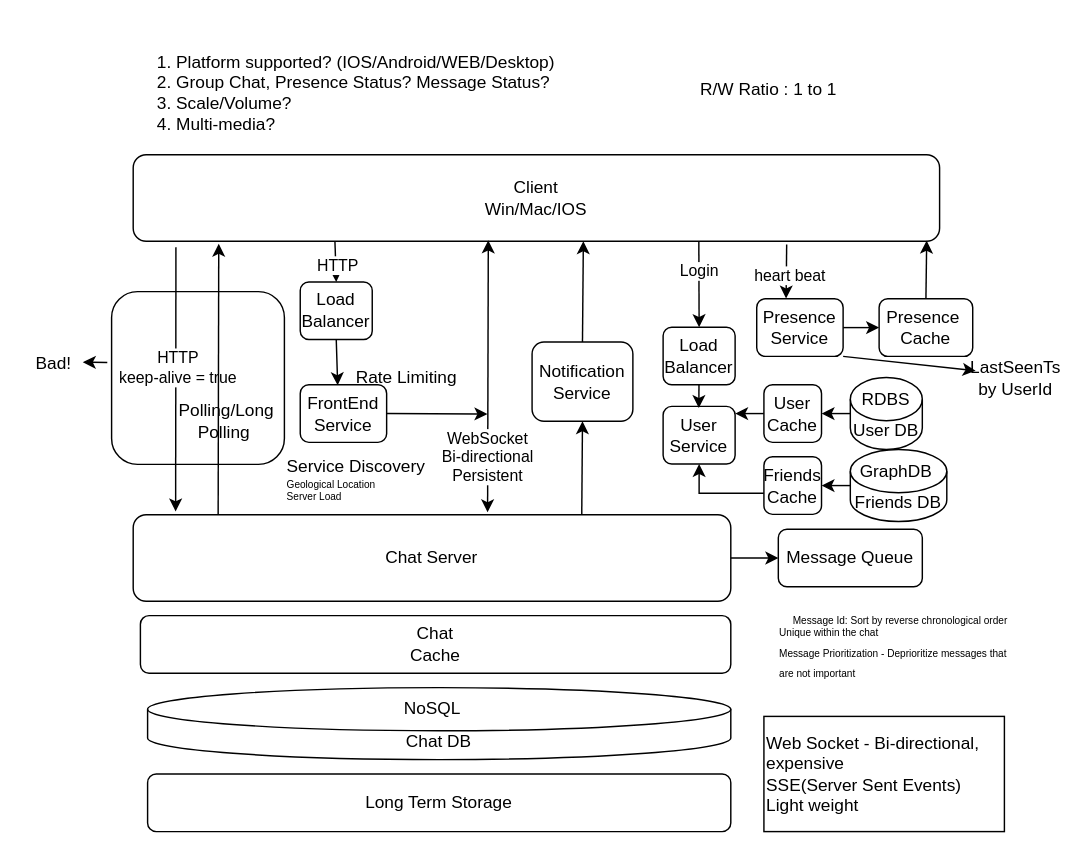
The draw.io diagram 10_Chat.drawio in xwq172677170/SysdDiagram, before the edit. Source tidied: cells renumbered, new cells numbered last; positions are measured from the earlier drawing's top-left corner, leaving out a move shared by most shapes. Both pictures are drawn from the tidied source at 144%, with x=0, y=0 at pixel (24, 24).
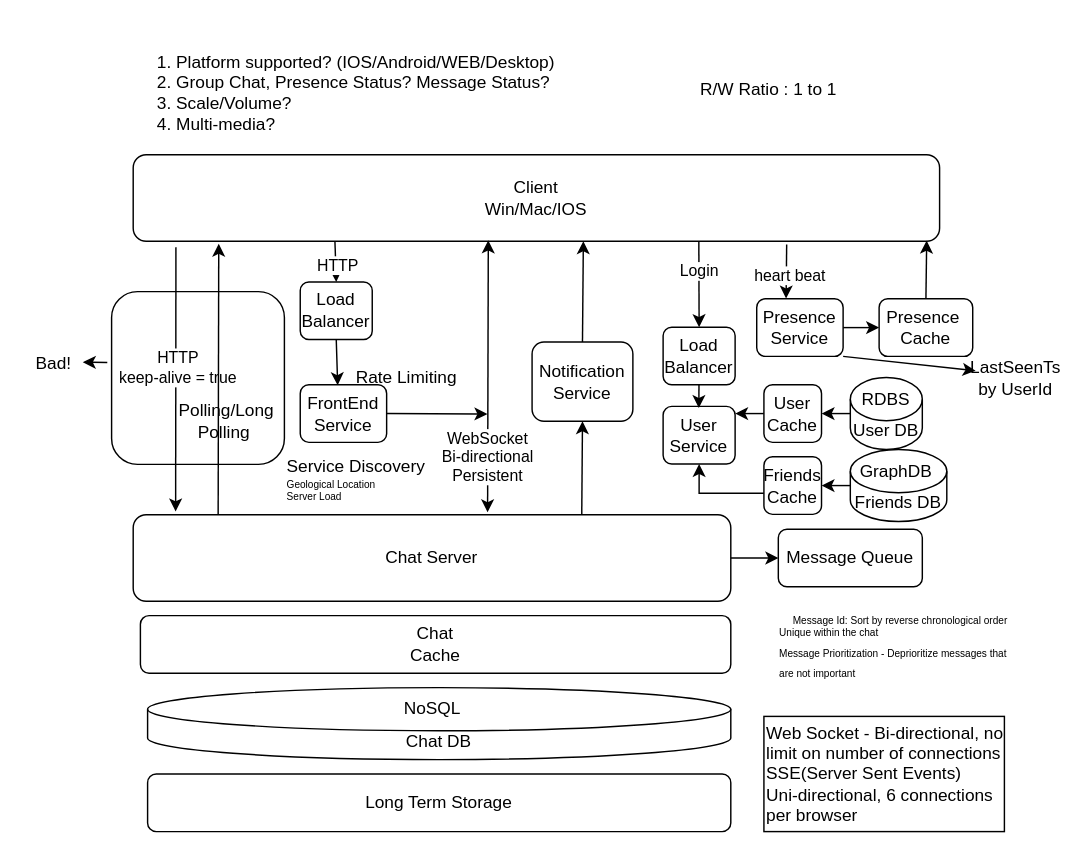
The same page after the edit.

Diff of the diagram source:
```diff
@@
-    <mxCell id="56" value="Web Socket - Bi-directional, expensive&lt;br&gt;SSE(Server Sent Events)&lt;br&gt;Light weight" style="rounded=0;whiteSpace=wrap;html=1;align=left;" parent="1" vertex="1">
+    <mxCell id="56" value="Web Socket - Bi-directional, no limit on number of connections&lt;br&gt;SSE(Server Sent Events)&lt;br&gt;Uni-directional, 6 connections per browser" style="rounded=0;whiteSpace=wrap;html=1;align=left;" parent="1" vertex="1">
       <mxGeometry x="513" y="480" width="167" height="80" as="geometry" />
     </mxCell>
```
